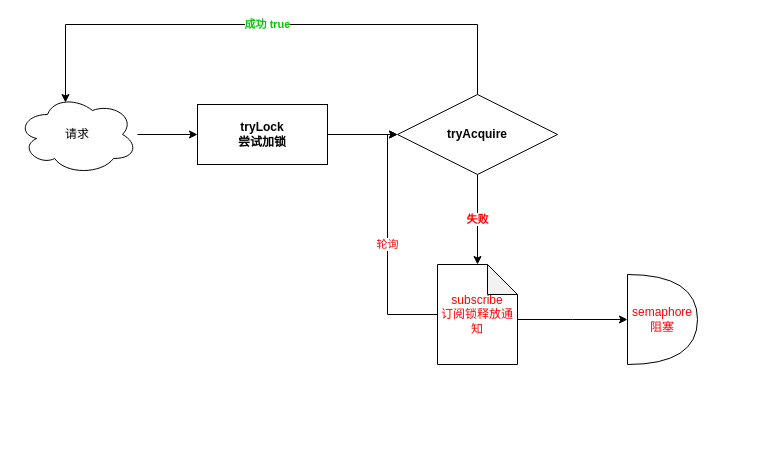
Before: redisson分布式锁流程.drawio in ChrisFynnWang/algorithm, a draw.io diagram. Source tidied: cells renumbered, new cells numbered last; positions are measured from the earlier drawing's top-left corner, leaving out a move shared by most shapes. Both pictures are drawn from the tidied source at 100%, with x=0, y=0 at pixel (17, 24).
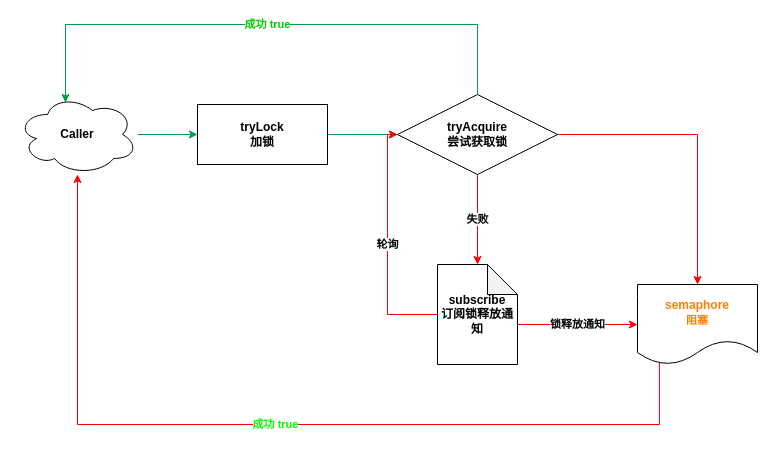
Above is the later version.

Commit message (it also covers changes not shown here):
更新redisson分布式锁流程.drawio

The edit, as a diff of the source:
```diff
@@
-    <mxCell id="2" style="edgeStyle=orthogonalEdgeStyle;rounded=0;jettySize=auto;html=1;entryX=0;entryY=0.5;entryDx=0;entryDy=0;" parent="1" edge="1" source="3" target="6">
+    <mxCell id="2" style="edgeStyle=orthogonalEdgeStyle;rounded=0;jettySize=auto;html=1;entryX=0;entryY=0.5;entryDx=0;entryDy=0;strokeColor=#00994D;" parent="1" edge="1" source="3" target="6">
       <mxGeometry relative="1" as="geometry" />
     </mxCell>
-    <mxCell id="3" value="&lt;b&gt;tryLock&lt;br&gt;尝试加锁&lt;/b&gt;" style="rounded=0;whiteSpace=wrap;html=1;" parent="1" vertex="1">
+    <mxCell id="3" value="&lt;b&gt;tryLock&lt;br&gt;加锁&lt;br&gt;&lt;/b&gt;" style="rounded=0;whiteSpace=wrap;html=1;" parent="1" vertex="1">
       <mxGeometry x="180" y="80" width="130" height="60" as="geometry" />
     </mxCell>
-    <mxCell id="4" value="成功 true" style="edgeStyle=elbowEdgeStyle;rounded=0;jettySize=auto;html=1;fontColor=#00CC00;strokeColor=#000000;fillColor=#000000;entryX=0.4;entryY=0.1;entryDx=0;entryDy=0;entryPerimeter=0;elbow=vertical;fontStyle=1;exitX=0.5;exitY=0;exitDx=0;exitDy=0;" parent="1" edge="1" source="6" target="8">
+    <mxCell id="4" value="成功 true" style="edgeStyle=elbowEdgeStyle;rounded=0;jettySize=auto;html=1;fontColor=#00CC00;strokeColor=#00994D;fillColor=#000000;entryX=0.4;entryY=0.1;entryDx=0;entryDy=0;entryPerimeter=0;elbow=vertical;fontStyle=1;exitX=0.5;exitY=0;exitDx=0;exitDy=0;" parent="1" edge="1" source="6" target="8">
       <mxGeometry relative="1" as="geometry">
         <Array as="points">
           <mxPoint x="290" />
         </Array>
       </mxGeometry>
     </mxCell>
-    <mxCell id="5" value="&lt;font color=&quot;#ff0000&quot;&gt;失败&lt;/font&gt;" style="edgeStyle=elbowEdgeStyle;rounded=0;jettySize=auto;elbow=vertical;html=1;exitX=0.5;exitY=1;exitDx=0;exitDy=0;entryX=0.5;entryY=0;entryDx=0;entryDy=0;fontColor=#000000;strokeColor=#000000;fillColor=#000000;fontStyle=1;entryPerimeter=0;" parent="1" edge="1" source="6" target="11">
+    <mxCell id="5" value="失败" style="edgeStyle=elbowEdgeStyle;rounded=0;jettySize=auto;elbow=vertical;html=1;exitX=0.5;exitY=1;exitDx=0;exitDy=0;entryX=0.5;entryY=0;entryDx=0;entryDy=0;fontColor=#000000;strokeColor=#FF0000;fillColor=#000000;fontStyle=1;entryPerimeter=0;" parent="1" edge="1" source="6" target="11">
       <mxGeometry relative="1" as="geometry" />
     </mxCell>
+    <mxCell id="13" style="edgeStyle=elbowEdgeStyle;rounded=0;jettySize=auto;elbow=vertical;html=1;exitX=1;exitY=0.5;exitDx=0;exitDy=0;entryX=0.5;entryY=0;entryDx=0;entryDy=0;fontColor=#FF0000;strokeColor=#FF0000;fillColor=#000000;fontStyle=1;" parent="1" edge="1" source="6" target="12">
+      <mxGeometry relative="1" as="geometry">
+        <Array as="points">
+          <mxPoint x="680" y="110" />
+          <mxPoint x="680" y="270" />
+          <mxPoint x="670" y="250" />
+          <mxPoint x="750" y="110" />
+          <mxPoint x="740" y="110" />
+          <mxPoint x="660" y="110" />
+        </Array>
+      </mxGeometry>
+    </mxCell>
-    <mxCell id="6" value="tryAcquire" style="rhombus;whiteSpace=wrap;html=1;fontStyle=1;" parent="1" vertex="1">
+    <mxCell id="6" value="tryAcquire&lt;br&gt;&lt;b&gt;尝试获取锁&lt;/b&gt;" style="rhombus;whiteSpace=wrap;html=1;fontStyle=1;" parent="1" vertex="1">
       <mxGeometry x="380" y="70" width="160" height="80" as="geometry" />
     </mxCell>
-    <mxCell id="7" style="edgeStyle=orthogonalEdgeStyle;rounded=0;jettySize=auto;html=1;fontColor=#00CC00;strokeColor=#000000;fillColor=#000000;" parent="1" edge="1" source="8" target="3">
+    <mxCell id="7" style="edgeStyle=orthogonalEdgeStyle;rounded=0;jettySize=auto;html=1;fontColor=#00CC00;strokeColor=#00994D;fillColor=#000000;" parent="1" edge="1" source="8" target="3">
       <mxGeometry relative="1" as="geometry" />
     </mxCell>
-    <mxCell id="8" value="&lt;font color=&quot;#000000&quot;&gt;请求&lt;/font&gt;" style="ellipse;shape=cloud;whiteSpace=wrap;html=1;fontColor=#00CC00;" parent="1" vertex="1">
+    <mxCell id="8" value="&lt;font color=&quot;#000000&quot;&gt;Caller&lt;/font&gt;" style="ellipse;shape=cloud;whiteSpace=wrap;html=1;fontColor=#00CC00;fontStyle=1;" parent="1" vertex="1">
       <mxGeometry y="70" width="120" height="80" as="geometry" />
     </mxCell>
-    <mxCell id="9" value="轮询" style="edgeStyle=elbowEdgeStyle;rounded=0;jettySize=auto;elbow=vertical;html=1;entryX=0;entryY=0.5;entryDx=0;entryDy=0;fontColor=#FF0000;strokeColor=#000000;fillColor=#000000;" parent="1" edge="1" source="11" target="6">
+    <mxCell id="9" value="&lt;font color=&quot;#000000&quot;&gt;轮询&lt;/font&gt;" style="edgeStyle=elbowEdgeStyle;rounded=0;jettySize=auto;elbow=vertical;html=1;entryX=0;entryY=0.5;entryDx=0;entryDy=0;fontColor=#FF0000;strokeColor=#FF0000;fillColor=#000000;fontStyle=1;" parent="1" edge="1" source="11" target="6">
       <mxGeometry relative="1" as="geometry">
         <Array as="points">
           <mxPoint x="370" y="290" />
         </Array>
       </mxGeometry>
     </mxCell>
-    <mxCell id="10" style="edgeStyle=elbowEdgeStyle;rounded=0;jettySize=auto;elbow=vertical;html=1;fontColor=#FF0000;strokeColor=#000000;fillColor=#000000;entryX=0;entryY=0.5;entryDx=0;entryDy=0;entryPerimeter=0;" parent="1" edge="1" source="11" target="12">
+    <mxCell id="10" value="&lt;font color=&quot;#000000&quot;&gt;锁&lt;/font&gt;&lt;span style=&quot;color: rgb(0 , 0 , 0)&quot;&gt;释放&lt;/span&gt;&lt;font color=&quot;#000000&quot;&gt;通知&lt;/font&gt;" style="edgeStyle=elbowEdgeStyle;rounded=0;jettySize=auto;elbow=vertical;html=1;entryX=0;entryY=0.5;entryDx=0;entryDy=0;fontColor=#FF8000;strokeColor=#FF0000;fillColor=#000000;fontStyle=1;" parent="1" edge="1" source="11" target="12">
       <mxGeometry relative="1" as="geometry" />
     </mxCell>
-    <mxCell id="11" value="subscribe&lt;br&gt;订阅锁释放通知" style="shape=note;whiteSpace=wrap;html=1;backgroundOutline=1;darkOpacity=0.05;fontColor=#FF0000;" parent="1" vertex="1">
+    <mxCell id="11" value="&lt;font color=&quot;#000000&quot;&gt;subscribe&lt;br&gt;订阅锁释放通知&lt;/font&gt;" style="shape=note;whiteSpace=wrap;html=1;backgroundOutline=1;darkOpacity=0.05;fontColor=#FF0000;fontStyle=1;" parent="1" vertex="1">
       <mxGeometry x="420" y="240" width="80" height="100" as="geometry" />
     </mxCell>
+    <mxCell id="14" value="&lt;span style=&quot;font-weight: 700&quot;&gt;&lt;font color=&quot;#00ff00&quot;&gt;成功 true&lt;/font&gt;&lt;/span&gt;" style="edgeStyle=elbowEdgeStyle;rounded=0;jettySize=auto;elbow=vertical;html=1;fontColor=#FF0000;strokeColor=#FF0000;fillColor=#000000;exitX=0.183;exitY=0.963;exitDx=0;exitDy=0;exitPerimeter=0;" parent="1" edge="1" source="12" target="8">
+      <mxGeometry relative="1" as="geometry">
+        <Array as="points">
+          <mxPoint x="350" y="400" />
+        </Array>
+      </mxGeometry>
+    </mxCell>
-    <mxCell id="12" value="semaphore&lt;br&gt;阻塞" style="shape=or;whiteSpace=wrap;html=1;fontColor=#FF0000;" parent="1" vertex="1">
-      <mxGeometry x="610" y="250" width="70" height="90" as="geometry" />
+    <mxCell id="12" value="&lt;span style=&quot;color: rgb(255 , 0 , 0) ; font-weight: 700&quot;&gt;&lt;font color=&quot;#ff8000&quot;&gt;semaphore&lt;/font&gt;&lt;/span&gt;&lt;font color=&quot;#ff8000&quot; style=&quot;font-size: 11px ; font-weight: 700&quot;&gt;&lt;br&gt;阻塞&lt;/font&gt;" style="shape=document;whiteSpace=wrap;html=1;boundedLbl=1;fontColor=#FF8000;" parent="1" vertex="1">
+      <mxGeometry x="620" y="260" width="120" height="80" as="geometry" />
     </mxCell>
```
